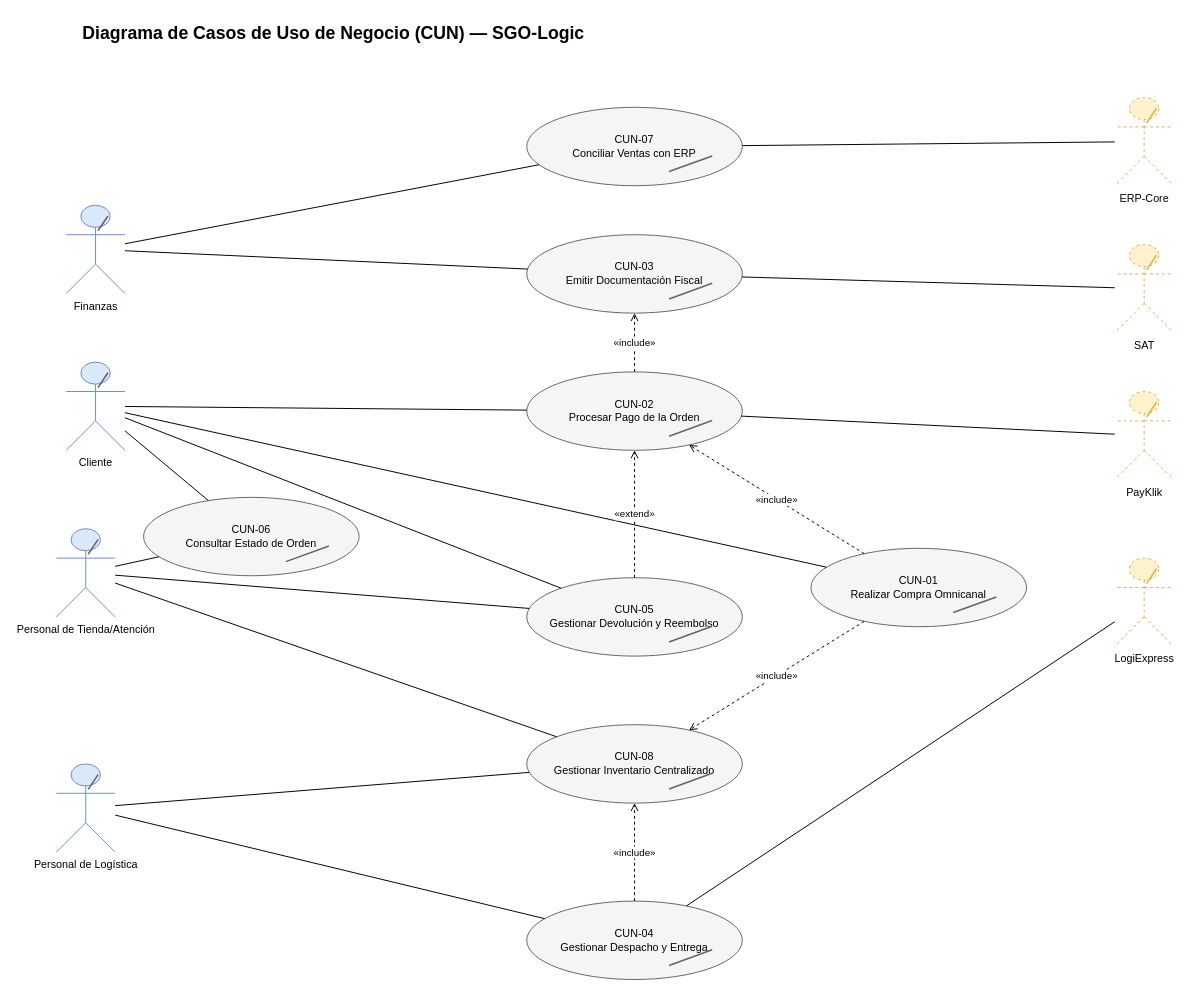
The draw.io diagram Docs/DDA/diagramas/cun.drawio in jRodas497/AYD2_A_2S2025_PROYECTO_G3, before the edit. Source tidied: cells renumbered, new cells numbered last; positions are measured from the earlier drawing's top-left corner, leaving out a move shared by most shapes. Both pictures are drawn from the tidied source at 98%, with x=0, y=0 at pixel (56, 17).
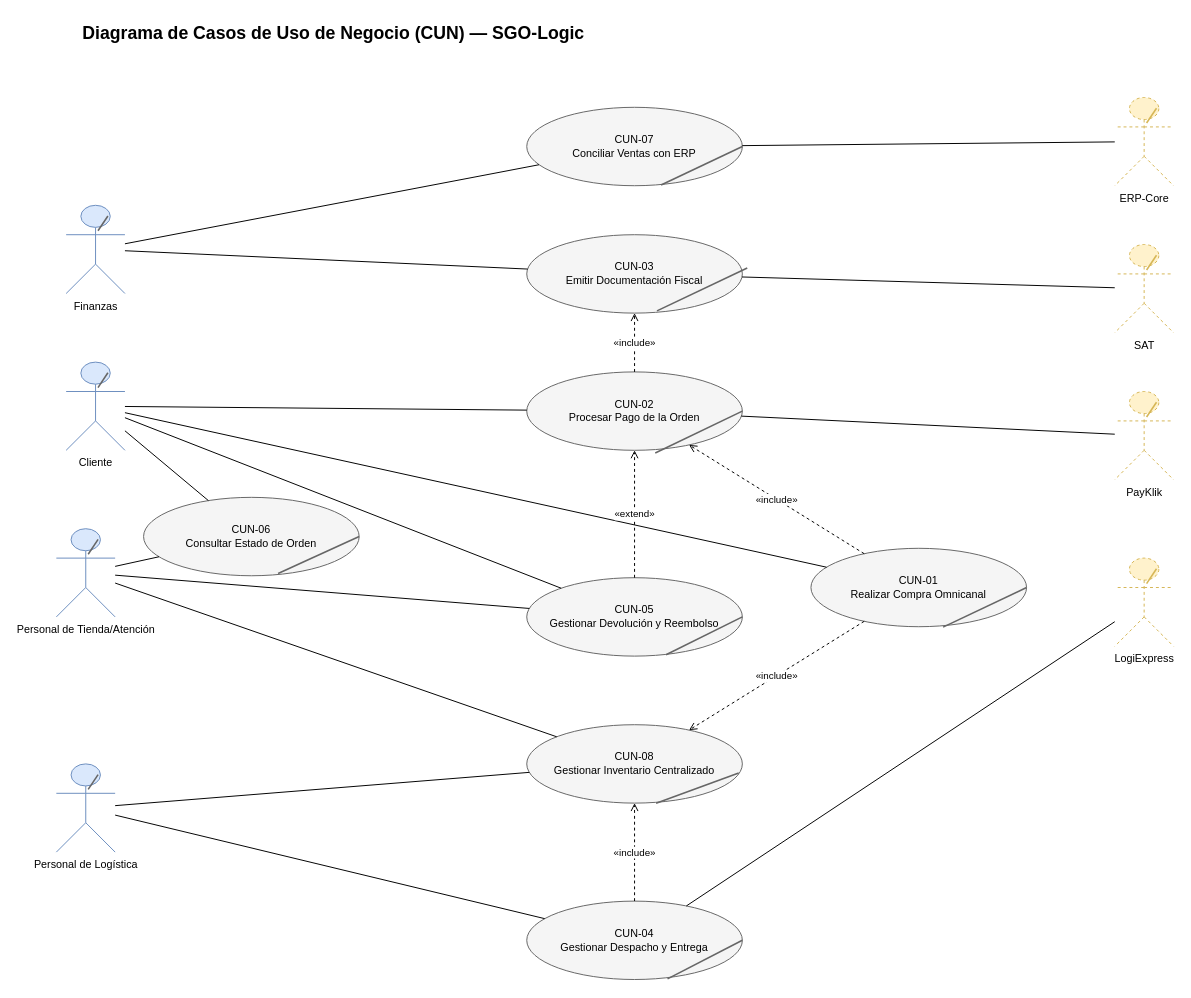
The same page after the edit.

The change refers to these unchanged cells:
```xml
<mxCell id="7" value="CUN-01&#10;Realizar Compra Omnicanal" style="ellipse;whiteSpace=wrap;html=1;fillColor=#F5F5F5;strokeColor=#666666;fontSize=11;" parent="1" vertex="1">
  <mxGeometry x="770" y="542" width="220" height="80" as="geometry" />
</mxCell>
<mxCell id="8" value="CUN-02&#10;Procesar Pago de la Orden" style="ellipse;whiteSpace=wrap;html=1;fillColor=#F5F5F5;strokeColor=#666666;fontSize=11;" parent="1" vertex="1">
  <mxGeometry x="480" y="362" width="220" height="80" as="geometry" />
</mxCell>
<mxCell id="9" value="CUN-03&#10;Emitir Documentación Fiscal" style="ellipse;whiteSpace=wrap;html=1;fillColor=#F5F5F5;strokeColor=#666666;fontSize=11;" parent="1" vertex="1">
  <mxGeometry x="480" y="222" width="220" height="80" as="geometry" />
</mxCell>
<mxCell id="10" value="CUN-04&#10;Gestionar Despacho y Entrega" style="ellipse;whiteSpace=wrap;html=1;fillColor=#F5F5F5;strokeColor=#666666;fontSize=11;" parent="1" vertex="1">
  <mxGeometry x="480" y="902" width="220" height="80" as="geometry" />
</mxCell>
<mxCell id="11" value="CUN-05&#10;Gestionar Devolución y Reembolso" style="ellipse;whiteSpace=wrap;html=1;fillColor=#F5F5F5;strokeColor=#666666;fontSize=11;" parent="1" vertex="1">
  <mxGeometry x="480" y="572" width="220" height="80" as="geometry" />
</mxCell>
<mxCell id="12" value="CUN-06&#10;Consultar Estado de Orden" style="ellipse;whiteSpace=wrap;html=1;fillColor=#F5F5F5;strokeColor=#666666;fontSize=11;" parent="1" vertex="1">
  <mxGeometry x="89" y="490" width="220" height="80" as="geometry" />
</mxCell>
<mxCell id="13" value="CUN-07&#10;Conciliar Ventas con ERP" style="ellipse;whiteSpace=wrap;html=1;fillColor=#F5F5F5;strokeColor=#666666;fontSize=11;" parent="1" vertex="1">
  <mxGeometry x="480" y="92" width="220" height="80" as="geometry" />
</mxCell>
<mxCell id="14" value="CUN-08&#10;Gestionar Inventario Centralizado" style="ellipse;whiteSpace=wrap;html=1;fillColor=#F5F5F5;strokeColor=#666666;fontSize=11;" parent="1" vertex="1">
  <mxGeometry x="480" y="722" width="220" height="80" as="geometry" />
</mxCell>
```

Change to the diagram source:
```diff
@@
-    <mxCell id="43" style="endArrow=none;html=1;strokeColor=#666666;strokeWidth=1.6;rounded=0;" parent="1" edge="1">
-      <mxGeometry relative="1" as="geometry">
-        <mxPoint x="915.2" y="607.6" as="sourcePoint" />
-        <mxPoint x="959.2" y="591.6" as="targetPoint" />
-      </mxGeometry>
+    <mxCell id="43" style="endArrow=none;html=1;strokeColor=#666666;strokeWidth=1.6;rounded=0;entryX=1;entryY=0.5;entryDx=0;entryDy=0;exitX=0.613;exitY=1.005;exitDx=0;exitDy=0;exitPerimeter=0;" parent="1" edge="1" source="7" target="7">
+      <mxGeometry relative="1" as="geometry" />
     </mxCell>
-    <mxCell id="44" style="endArrow=none;html=1;strokeColor=#666666;strokeWidth=1.6;rounded=0;" parent="1" edge="1">
-      <mxGeometry relative="1" as="geometry">
-        <mxPoint x="625.2" y="427.6" as="sourcePoint" />
-        <mxPoint x="669.2" y="411.6" as="targetPoint" />
-      </mxGeometry>
+    <mxCell id="44" style="endArrow=none;html=1;strokeColor=#666666;strokeWidth=1.6;rounded=0;entryX=1;entryY=0.5;entryDx=0;entryDy=0;exitX=0.596;exitY=1.034;exitDx=0;exitDy=0;exitPerimeter=0;" parent="1" edge="1" source="8" target="8">
+      <mxGeometry relative="1" as="geometry" />
     </mxCell>
-    <mxCell id="45" style="endArrow=none;html=1;strokeColor=#666666;strokeWidth=1.6;rounded=0;" parent="1" edge="1">
+    <mxCell id="45" style="endArrow=none;html=1;strokeColor=#666666;strokeWidth=1.6;rounded=0;exitX=0.604;exitY=0.971;exitDx=0;exitDy=0;exitPerimeter=0;" parent="1" edge="1" source="9">
       <mxGeometry relative="1" as="geometry">
-        <mxPoint x="625.2" y="287.6" as="sourcePoint" />
-        <mxPoint x="669.2" y="271.6" as="targetPoint" />
+        <mxPoint x="705" y="256" as="targetPoint" />
       </mxGeometry>
     </mxCell>
-    <mxCell id="46" style="endArrow=none;html=1;strokeColor=#666666;strokeWidth=1.6;rounded=0;" parent="1" edge="1">
-      <mxGeometry relative="1" as="geometry">
-        <mxPoint x="625.2" y="967.6" as="sourcePoint" />
-        <mxPoint x="669.2" y="951.6" as="targetPoint" />
-      </mxGeometry>
+    <mxCell id="46" style="endArrow=none;html=1;strokeColor=#666666;strokeWidth=1.6;rounded=0;entryX=1;entryY=0.5;entryDx=0;entryDy=0;exitX=0.653;exitY=0.992;exitDx=0;exitDy=0;exitPerimeter=0;" parent="1" edge="1" source="10" target="10">
+      <mxGeometry relative="1" as="geometry" />
     </mxCell>
-    <mxCell id="47" style="endArrow=none;html=1;strokeColor=#666666;strokeWidth=1.6;rounded=0;" parent="1" edge="1">
-      <mxGeometry relative="1" as="geometry">
-        <mxPoint x="625.2" y="637.6" as="sourcePoint" />
-        <mxPoint x="669.2" y="621.6" as="targetPoint" />
-      </mxGeometry>
+    <mxCell id="47" style="endArrow=none;html=1;strokeColor=#666666;strokeWidth=1.6;rounded=0;entryX=1;entryY=0.5;entryDx=0;entryDy=0;exitX=0.646;exitY=0.982;exitDx=0;exitDy=0;exitPerimeter=0;" parent="1" edge="1" source="11" target="11">
+      <mxGeometry relative="1" as="geometry" />
     </mxCell>
-    <mxCell id="48" style="endArrow=none;html=1;strokeColor=#666666;strokeWidth=1.6;rounded=0;" parent="1" edge="1">
-      <mxGeometry relative="1" as="geometry">
-        <mxPoint x="234.2" y="555.6" as="sourcePoint" />
-        <mxPoint x="278.2" y="539.6" as="targetPoint" />
-      </mxGeometry>
+    <mxCell id="48" style="endArrow=none;html=1;strokeColor=#666666;strokeWidth=1.6;rounded=0;entryX=1;entryY=0.5;entryDx=0;entryDy=0;exitX=0.624;exitY=0.971;exitDx=0;exitDy=0;exitPerimeter=0;" parent="1" edge="1" source="12" target="12">
+      <mxGeometry relative="1" as="geometry" />
     </mxCell>
-    <mxCell id="49" style="endArrow=none;html=1;strokeColor=#666666;strokeWidth=1.6;rounded=0;" parent="1" edge="1">
-      <mxGeometry relative="1" as="geometry">
-        <mxPoint x="625.2" y="157.6" as="sourcePoint" />
-        <mxPoint x="669.2" y="141.6" as="targetPoint" />
-      </mxGeometry>
+    <mxCell id="49" style="endArrow=none;html=1;strokeColor=#666666;strokeWidth=1.6;rounded=0;entryX=1;entryY=0.5;entryDx=0;entryDy=0;exitX=0.623;exitY=0.992;exitDx=0;exitDy=0;exitPerimeter=0;" parent="1" edge="1" source="13" target="13">
+      <mxGeometry relative="1" as="geometry" />
     </mxCell>
-    <mxCell id="50" style="endArrow=none;html=1;strokeColor=#666666;strokeWidth=1.6;rounded=0;" parent="1" edge="1">
-      <mxGeometry relative="1" as="geometry">
-        <mxPoint x="625.2" y="787.6" as="sourcePoint" />
-        <mxPoint x="669.2" y="771.6" as="targetPoint" />
-      </mxGeometry>
+    <mxCell id="50" style="endArrow=none;html=1;strokeColor=#666666;strokeWidth=1.6;rounded=0;entryX=0.983;entryY=0.617;entryDx=0;entryDy=0;entryPerimeter=0;exitX=0.6;exitY=1.002;exitDx=0;exitDy=0;exitPerimeter=0;" parent="1" edge="1" source="14" target="14">
+      <mxGeometry relative="1" as="geometry" />
     </mxCell>
```
